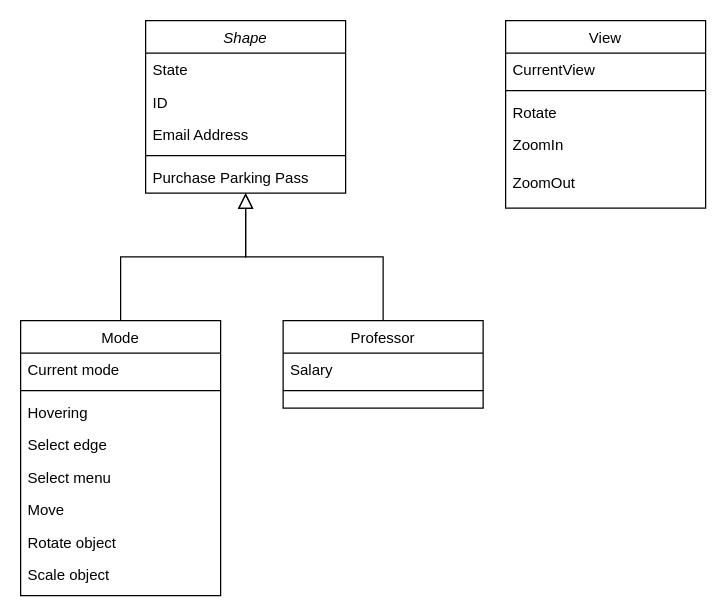
sapire/3D-Sculpting keeps this draw.io diagram as class-diagram.drawio. Above is the earlier version. Source tidied: cells renumbered, new cells numbered last; positions are measured from the earlier drawing's top-left corner, leaving out a move shared by most shapes. Both pictures are drawn from the tidied source at 125%, with x=0, y=0 at pixel (20, 20).
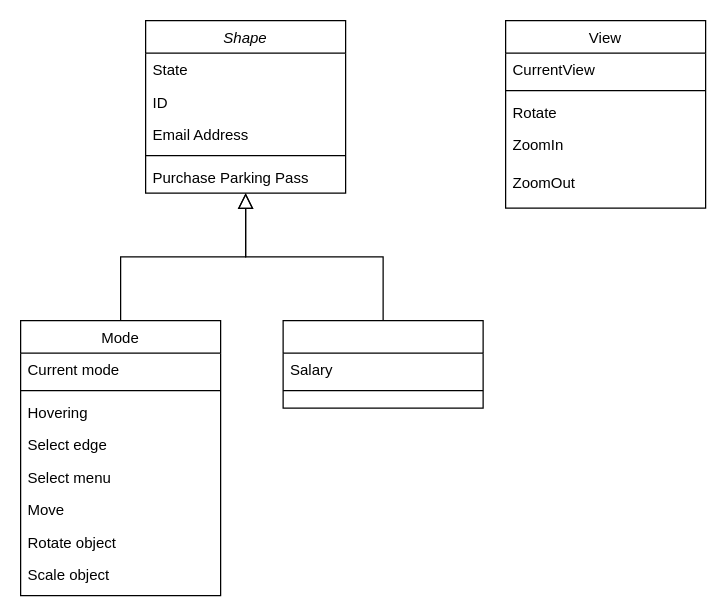
The same diagram, later.

What changed in the source:
```diff
@@
-    <mxCell id="18" value="Professor" style="swimlane;fontStyle=0;align=center;verticalAlign=top;horizontal=1;startSize=26;rounded=0;shadow=0;strokeWidth=1;" parent="1" vertex="1">
+    <mxCell id="18" style="swimlane;fontStyle=0;align=center;verticalAlign=top;horizontal=1;startSize=26;rounded=0;shadow=0;strokeWidth=1;" parent="1" vertex="1">
       <mxGeometry x="210" y="240" width="160" height="70" as="geometry" />
     </mxCell>
```
